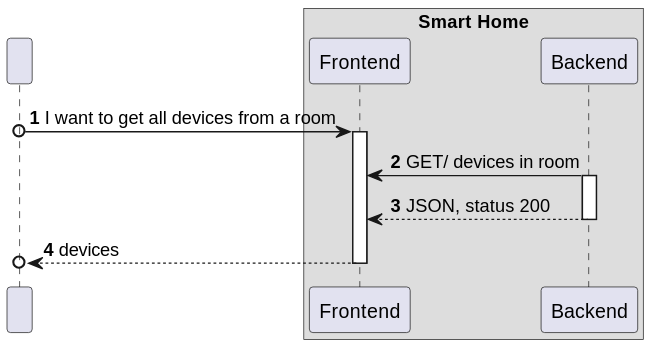
Earlier version of the PlantUML export docs/C4_4plus1_models/Level2/ProcessView/ProcessViewLevel2_UC06_v1.svg (moutajDev/smarthome).
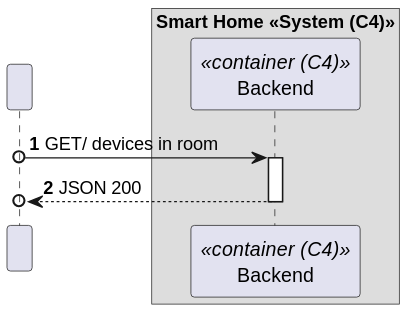
After the change.

Diff of the diagram source:
```diff
@@ -5,20 +5,16 @@
 
 
 participant " " as HTTP
-box "Smart Home"
-    participant "Frontend" as FE
-    participant "Backend" as BE
+box "Smart Home <<System (C4)>>"
+    participant "Backend" as BE<<container (C4)>>
 end box
 
-HTTP o-> FE : I want to get all devices from a room
-activate FE
 
-BE -> FE: GET/ devices in room
+HTTP o-> BE: GET/ devices in room
 activate BE
 
-BE --> FE : JSON, status 200
+
+
+BE -->o HTTP : JSON 200
 deactivate BE
-
-FE -->o HTTP : devices
-deactivate FE
 @enduml
```
